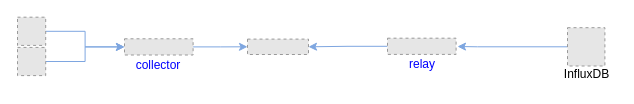
The draw.io diagram diagrams/pipeline_nats_influxdb.drawio in karimra/gnmic, before the edit. Source tidied: cells renumbered, new cells numbered last; positions are measured from the earlier drawing's top-left corner, leaving out a move shared by most shapes. Both pictures are drawn from the tidied source at 100%, with x=0, y=0 at pixel (17, 17). Pictures stored in the file or linked from it are replaced by grey dashed boxes.
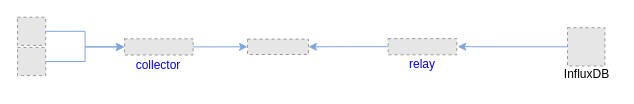
The same page after the edit.

Diff of the diagram source:
```diff
@@
 <mxGraphModel>
   <root>
     <mxCell id="0" />
     <mxCell id="1" parent="0" />
     <mxCell id="2" style="edgeStyle=orthogonalEdgeStyle;rounded=0;jettySize=auto;html=1;exitX=1;exitY=0.5;exitDx=0;exitDy=0;entryX=0;entryY=0.5;entryDx=0;entryDy=0;strokeColor=#7EA6E0;" parent="1" edge="1" source="3" target="6">
       <mxGeometry relative="1" as="geometry" />
     </mxCell>
     <mxCell id="3" style="fillColor=#E6E6E6;strokeColor=#999999;dashed=1;verticalLabelPosition=bottom;labelBackgroundColor=#ffffff;verticalAlign=top;" parent="1" vertex="1">
       <mxGeometry y="-0.3" width="28.2" height="28.2" as="geometry" />
     </mxCell>
     <mxCell id="4" style="edgeStyle=orthogonalEdgeStyle;rounded=0;jettySize=auto;html=1;exitX=1;exitY=0.5;exitDx=0;exitDy=0;strokeColor=#7EA6E0;entryX=0;entryY=0.5;entryDx=0;entryDy=0;" parent="1" edge="1" source="5" target="6">
       <mxGeometry relative="1" as="geometry" />
     </mxCell>
     <mxCell id="5" style="fillColor=#E6E6E6;strokeColor=#999999;dashed=1;verticalLabelPosition=bottom;labelBackgroundColor=#ffffff;verticalAlign=top;" parent="1" vertex="1">
       <mxGeometry y="29.9" width="28.2" height="28.2" as="geometry" />
     </mxCell>
     <mxCell id="6" style="fillColor=#E6E6E6;strokeColor=#999999;dashed=1;verticalLabelPosition=bottom;labelBackgroundColor=#ffffff;verticalAlign=top;" parent="1" vertex="1">
       <mxGeometry x="107" y="21.3" width="68.6" height="16.2" as="geometry" />
     </mxCell>
     <mxCell id="7" style="edgeStyle=orthogonalEdgeStyle;rounded=0;jettySize=auto;html=1;strokeColor=#7EA6E0;exitX=0;exitY=0.5;exitDx=0;exitDy=0;entryX=1;entryY=0.5;entryDx=0;entryDy=0;" parent="1" edge="1" source="8" target="10">
       <mxGeometry relative="1" as="geometry" />
     </mxCell>
     <mxCell id="8" style="fillColor=#E6E6E6;strokeColor=#999999;dashed=1;verticalLabelPosition=bottom;labelBackgroundColor=#ffffff;verticalAlign=top;" parent="1" vertex="1">
-      <mxGeometry x="370" y="20.7" width="68.6" height="16.2" as="geometry" />
+      <mxGeometry x="370.7" y="21.1" width="68.6" height="16.2" as="geometry" />
     </mxCell>
-    <mxCell id="9" style="edgeStyle=orthogonalEdgeStyle;rounded=0;orthogonalLoop=1;jettySize=auto;html=1;strokeColor=#7EA6E0;exitX=0;exitY=0.5;exitDx=0;exitDy=0;" parent="1" edge="1">
+    <mxCell id="9" style="edgeStyle=orthogonalEdgeStyle;rounded=0;jettySize=auto;html=1;strokeColor=#7EA6E0;exitX=0;exitY=0.5;exitDx=0;exitDy=0;entryX=1.013;entryY=0.492;entryDx=0;entryDy=0;entryPerimeter=0;" parent="1" edge="1" target="8">
       <mxGeometry relative="1" as="geometry">
         <mxPoint x="550" y="29.3" as="sourcePoint" />
-        <mxPoint x="440" y="29" as="targetPoint" />
         <Array as="points">
-          <mxPoint x="460" y="29" />
           <mxPoint x="460" y="29" />
         </Array>
       </mxGeometry>
     </mxCell>
     <mxCell id="10" style="fillColor=#E6E6E6;strokeColor=#999999;dashed=1;verticalLabelPosition=bottom;labelBackgroundColor=#ffffff;verticalAlign=top;" parent="1" vertex="1">
       <mxGeometry x="230" y="21.6" width="61" height="15.4" as="geometry" />
     </mxCell>
     <mxCell id="11" style="edgeStyle=orthogonalEdgeStyle;rounded=0;jettySize=auto;html=1;strokeColor=#7EA6E0;entryX=0;entryY=0.5;entryDx=0;entryDy=0;" parent="1" edge="1" source="6" target="10">
       <mxGeometry relative="1" as="geometry" />
     </mxCell>
     <mxCell id="12" value="&lt;font color=&quot;#0000ff&quot;&gt;collector&lt;/font&gt;" style="text;html=1;strokeColor=none;fillColor=none;align=center;verticalAlign=middle;whiteSpace=wrap;rounded=0;" parent="1" vertex="1">
       <mxGeometry x="121.3" y="38" width="40" height="20" as="geometry" />
     </mxCell>
     <mxCell id="13" value="&lt;font color=&quot;#0000ff&quot;&gt;relay&lt;/font&gt;" style="text;html=1;strokeColor=none;fillColor=none;align=center;verticalAlign=middle;whiteSpace=wrap;rounded=0;" parent="1" vertex="1">
       <mxGeometry x="385" y="37" width="40" height="20" as="geometry" />
     </mxCell>
     <mxCell id="14" style="fillColor=#E6E6E6;strokeColor=#999999;dashed=1;verticalLabelPosition=bottom;labelBackgroundColor=#ffffff;verticalAlign=top;" parent="1" vertex="1">
       <mxGeometry x="550" y="10.2" width="37.4" height="38.3" as="geometry" />
     </mxCell>
     <mxCell id="15" value="&lt;font style=&quot;font-size: 12px&quot; color=&quot;#000000&quot;&gt;&lt;span style=&quot;font-size: 12px&quot;&gt;InfluxDB&lt;/span&gt;&lt;/font&gt;" style="text;html=1;align=center;verticalAlign=middle;spacingTop=-4;fontSize=12;fontFamily=Nokia Pure Text;fontColor=#001135;" parent="1" vertex="1">
       <mxGeometry x="538.7" y="48.6" width="60" height="20" as="geometry" />
     </mxCell>
   </root>
 </mxGraphModel>
```
